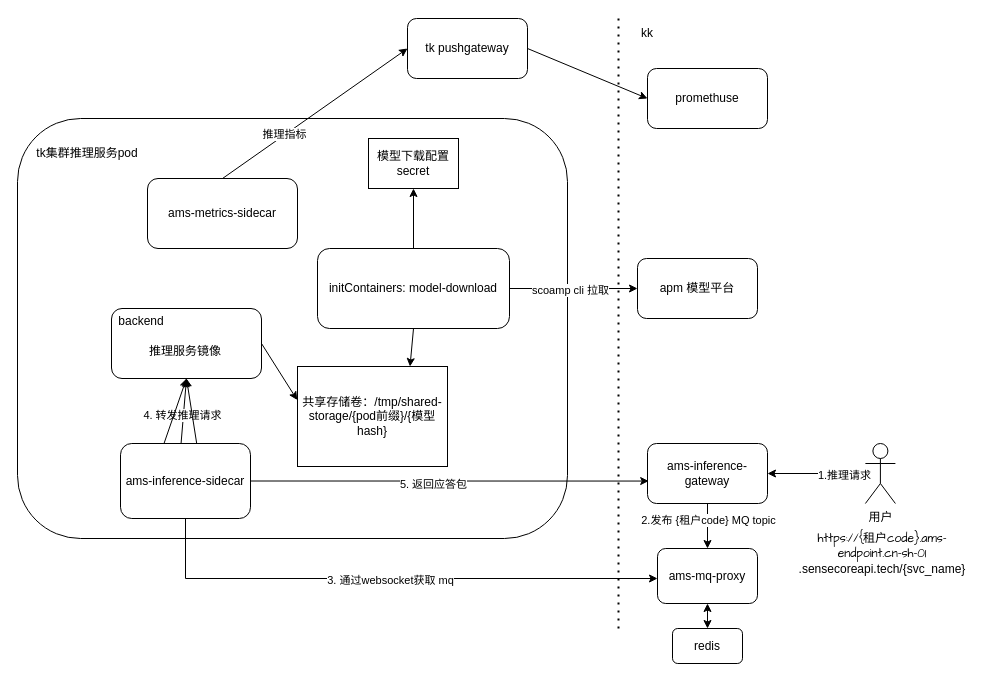
Before: tk集群推理服务创建.drawio in wangshujuan/PostImage, a draw.io diagram. Source tidied: cells renumbered, new cells numbered last; positions are measured from the earlier drawing's top-left corner, leaving out a move shared by most shapes. Both pictures are drawn from the tidied source at 100%, with x=0, y=0 at pixel (17, 18).
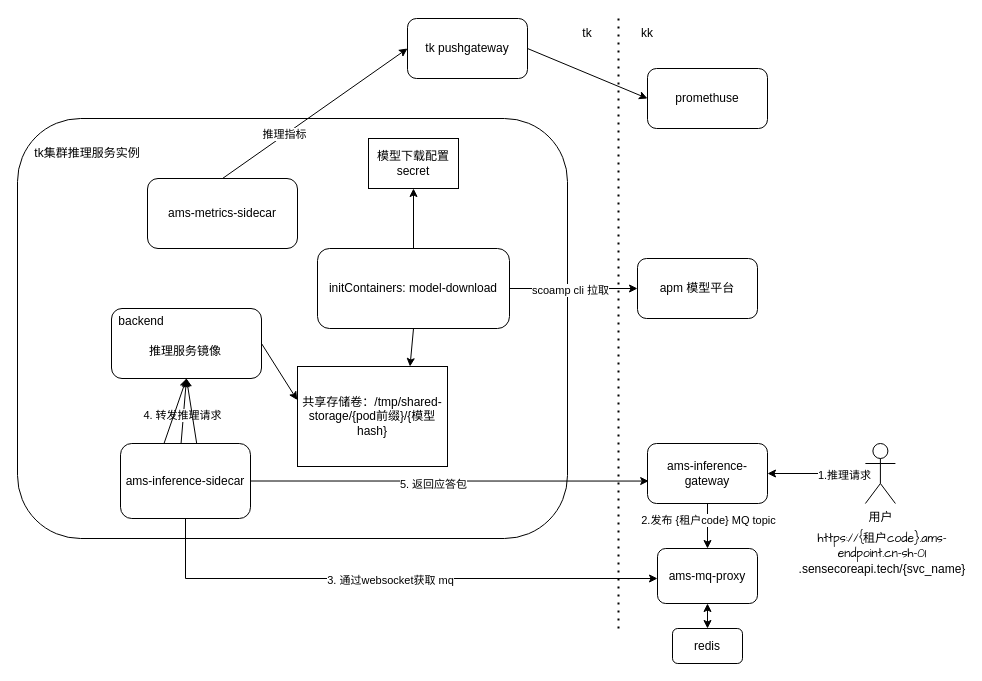
The same diagram, later.

Commit message (it also covers changes not shown here):
更新tk集群推理服务创建.drawio

Diff of the diagram source:
```diff
@@
-    <mxCell id="8" value="tk集群推理服务pod" style="text;html=1;strokeColor=none;fillColor=none;align=center;verticalAlign=middle;whiteSpace=wrap;rounded=0;" parent="1" vertex="1">
+    <mxCell id="8" value="tk集群推理服务实例" style="text;html=1;strokeColor=none;fillColor=none;align=center;verticalAlign=middle;whiteSpace=wrap;rounded=0;" parent="1" vertex="1">
       <mxGeometry x="10" y="120" width="120" height="30" as="geometry" />
     </mxCell>
@@
+    <mxCell id="43" value="tk" style="text;html=1;strokeColor=none;fillColor=none;align=center;verticalAlign=middle;whiteSpace=wrap;rounded=0;" parent="1" vertex="1">
+      <mxGeometry x="540" width="60" height="30" as="geometry" />
+    </mxCell>
```
